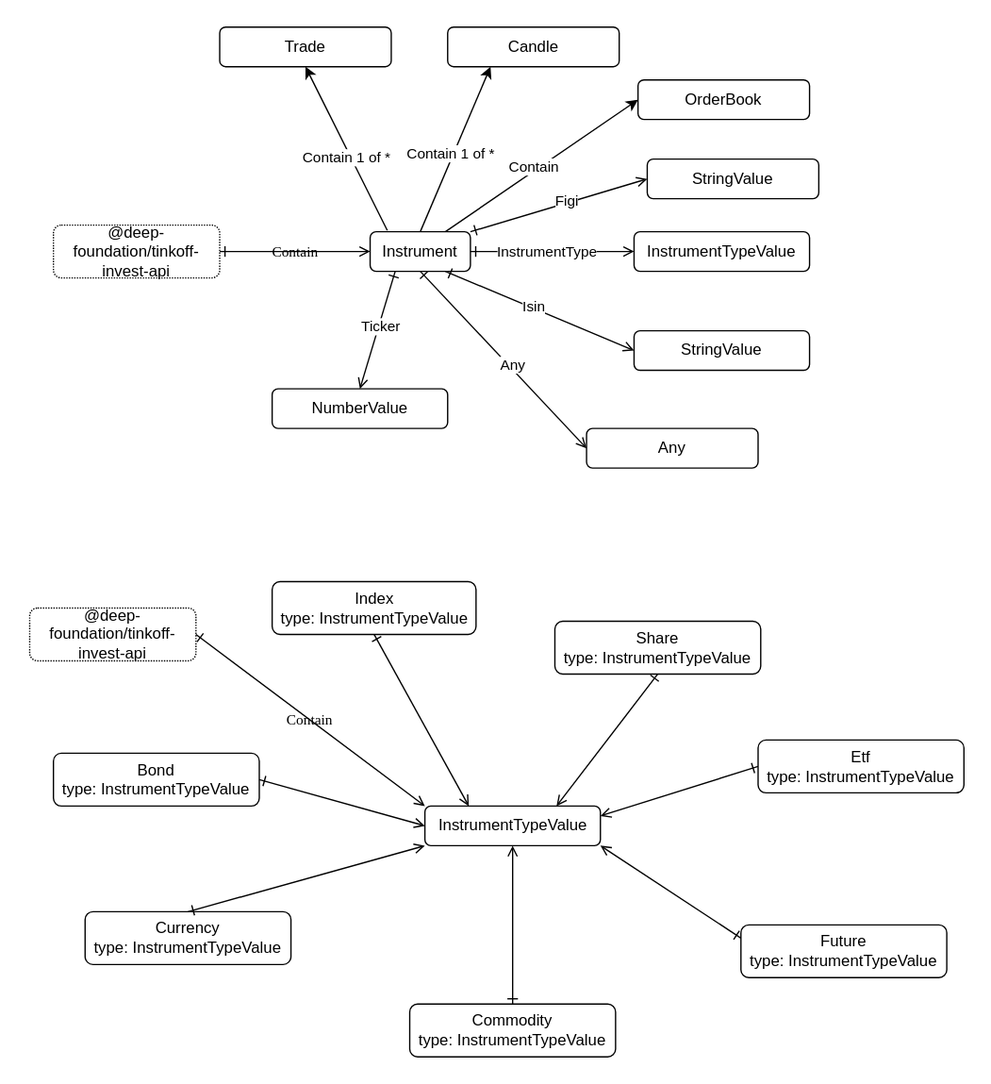
Above: src/instrument/Instrument.drawio.svg in suenot/deep-tinkoff-invest-api (draw.io), before the change. Source tidied: cells renumbered, new cells last; positions are measured from the earlier drawing's top-left corner, leaving out a move shared by most shapes.
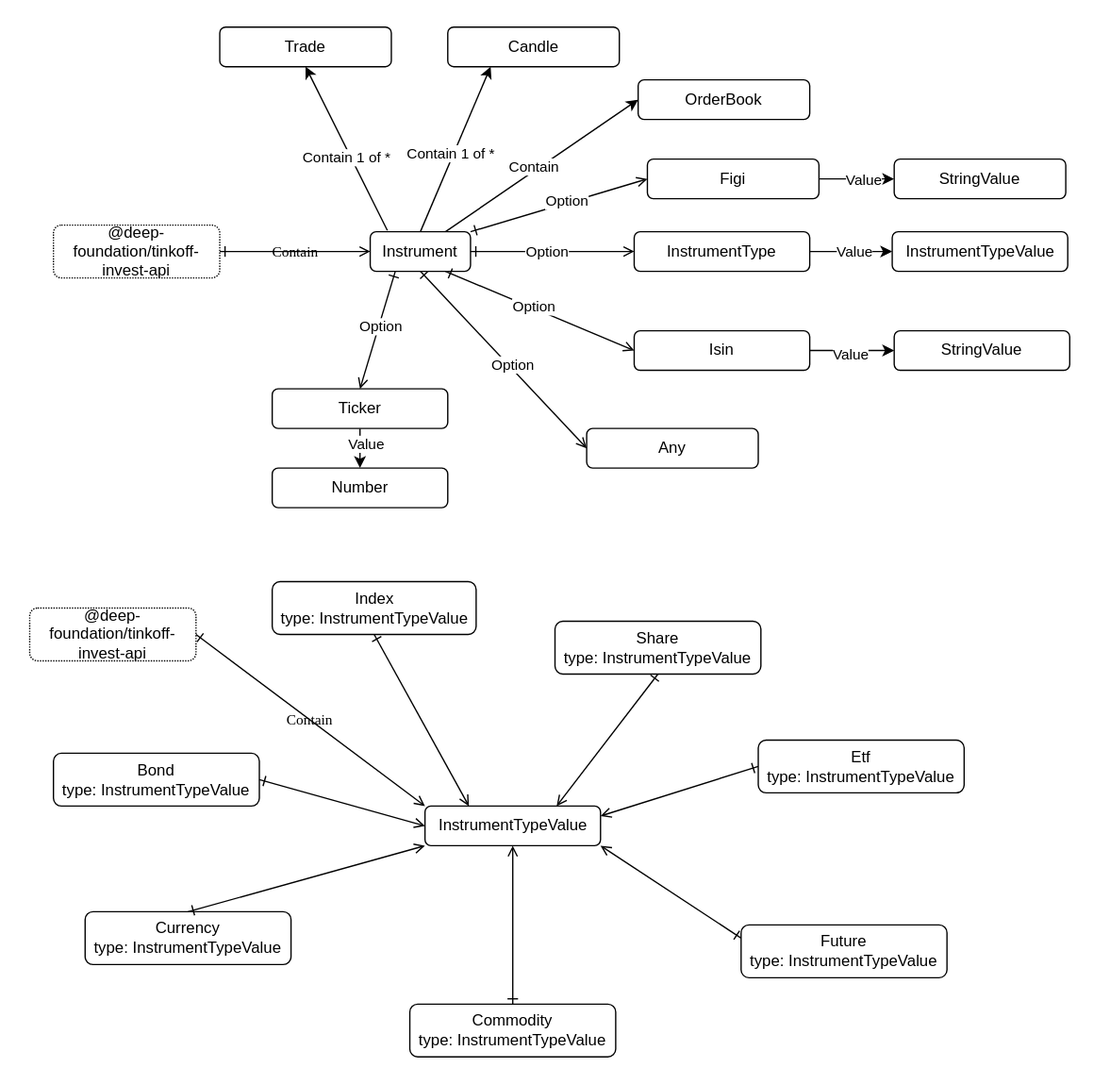
After the change.

The edit, as a diff of the source:
```diff
@@ -3,12 +3,12 @@
     <mxCell id="0" />
     <mxCell id="1" parent="0" />
     <mxCell id="2" style="rounded=0;whiteSpace=wrap;html=1;strokeColor=none;" parent="1" vertex="1">
-      <mxGeometry width="750" height="820" as="geometry" />
+      <mxGeometry width="840" height="820" as="geometry" />
     </mxCell>
     <mxCell id="3" style="edgeStyle=none;html=1;exitX=1;exitY=0;exitDx=0;exitDy=0;entryX=0;entryY=0.5;entryDx=0;entryDy=0;startArrow=ERone;startFill=0;endArrow=open;endFill=0;" parent="1" edge="1" source="7" target="8">
       <mxGeometry relative="1" as="geometry" />
     </mxCell>
-    <mxCell id="4" value="Figi" style="edgeLabel;html=1;align=center;verticalAlign=middle;" parent="3" vertex="1">
+    <mxCell id="4" value="Option" style="edgeLabel;html=1;align=center;verticalAlign=middle;" parent="3" vertex="1">
       <mxGeometry x="0.08" y="2" relative="1" as="geometry" />
     </mxCell>
     <mxCell id="5" style="edgeStyle=none;html=1;exitX=0.75;exitY=0;exitDx=0;exitDy=0;entryX=0;entryY=0.5;entryDx=0;entryDy=0;" parent="1" edge="1" source="7" target="40">
@@ -22,7 +22,13 @@
     <mxCell id="7" value="Instrument" style="rounded=1;whiteSpace=wrap;html=1;labelBackgroundColor=none;" parent="1" vertex="1">
       <mxGeometry x="280" y="175" width="76" height="30" as="geometry" />
     </mxCell>
+    <mxCell id="47" style="edgeStyle=none;html=1;exitX=1;exitY=0.5;exitDx=0;exitDy=0;entryX=0;entryY=0.5;entryDx=0;entryDy=0;" parent="1" edge="1" source="8" target="55">
+      <mxGeometry relative="1" as="geometry" />
+    </mxCell>
+    <mxCell id="48" value="Value" style="edgeLabel;html=1;align=center;verticalAlign=middle;" parent="47" vertex="1">
+      <mxGeometry x="0.16" relative="1" as="geometry" />
+    </mxCell>
-    <mxCell id="8" value="StringValue" style="rounded=1;whiteSpace=wrap;html=1;labelBackgroundColor=none;" parent="1" vertex="1">
+    <mxCell id="8" value="Figi" style="rounded=1;whiteSpace=wrap;html=1;labelBackgroundColor=none;" parent="1" vertex="1">
       <mxGeometry x="490" y="120" width="130" height="30" as="geometry" />
     </mxCell>
     <mxCell id="9" value="@deep-foundation/tinkoff-invest-api" style="rounded=1;whiteSpace=wrap;html=1;labelBackgroundColor=none;dashed=1;dashPattern=1 1;" parent="1" vertex="1">
@@ -61,28 +67,46 @@
     <mxCell id="20" style="edgeStyle=none;html=1;exitX=1;exitY=0.5;exitDx=0;exitDy=0;startArrow=ERone;startFill=0;entryX=0;entryY=0.5;entryDx=0;entryDy=0;endArrow=open;endFill=0;" parent="1" edge="1" source="7" target="22">
       <mxGeometry relative="1" as="geometry" />
     </mxCell>
-    <mxCell id="21" value="InstrumentType" style="edgeLabel;html=1;align=center;verticalAlign=middle;" parent="20" vertex="1">
+    <mxCell id="21" value="Option" style="edgeLabel;html=1;align=center;verticalAlign=middle;" parent="20" vertex="1">
       <mxGeometry x="-0.07" y="1" relative="1" as="geometry" />
     </mxCell>
+    <mxCell id="49" style="edgeStyle=none;html=1;exitX=1;exitY=0.5;exitDx=0;exitDy=0;entryX=0;entryY=0.5;entryDx=0;entryDy=0;" parent="1" edge="1" source="22" target="57">
+      <mxGeometry relative="1" as="geometry" />
+    </mxCell>
+    <mxCell id="50" value="Value" style="edgeLabel;html=1;align=center;verticalAlign=middle;" parent="49" vertex="1">
+      <mxGeometry x="0.06" y="1" relative="1" as="geometry" />
+    </mxCell>
-    <mxCell id="22" value="InstrumentTypeValue" style="rounded=1;whiteSpace=wrap;html=1;labelBackgroundColor=none;" parent="1" vertex="1">
+    <mxCell id="22" value="InstrumentType" style="rounded=1;whiteSpace=wrap;html=1;labelBackgroundColor=none;" parent="1" vertex="1">
       <mxGeometry x="480" y="175" width="133" height="30" as="geometry" />
     </mxCell>
+    <mxCell id="51" style="edgeStyle=none;html=1;exitX=0.5;exitY=1;exitDx=0;exitDy=0;entryX=0.5;entryY=0;entryDx=0;entryDy=0;" parent="1" edge="1" source="23" target="58">
+      <mxGeometry relative="1" as="geometry" />
+    </mxCell>
+    <mxCell id="52" value="Value" style="edgeLabel;html=1;align=center;verticalAlign=middle;" parent="51" vertex="1">
+      <mxGeometry x="-0.27" y="4" relative="1" as="geometry" />
+    </mxCell>
-    <mxCell id="23" value="NumberValue" style="rounded=1;whiteSpace=wrap;html=1;labelBackgroundColor=none;" parent="1" vertex="1">
+    <mxCell id="23" value="Ticker" style="rounded=1;whiteSpace=wrap;html=1;labelBackgroundColor=none;" parent="1" vertex="1">
       <mxGeometry x="205.8" y="294" width="133" height="30" as="geometry" />
     </mxCell>
     <mxCell id="24" style="edgeStyle=none;html=1;exitX=0.25;exitY=1;exitDx=0;exitDy=0;startArrow=ERone;startFill=0;entryX=0.5;entryY=0;entryDx=0;entryDy=0;endArrow=open;endFill=0;" parent="1" edge="1" source="7" target="23">
       <mxGeometry relative="1" as="geometry" />
     </mxCell>
-    <mxCell id="25" value="Ticker" style="edgeLabel;html=1;align=center;verticalAlign=middle;" parent="24" vertex="1">
+    <mxCell id="25" value="Option" style="edgeLabel;html=1;align=center;verticalAlign=middle;" parent="24" vertex="1">
       <mxGeometry x="-0.07" y="1" relative="1" as="geometry" />
     </mxCell>
+    <mxCell id="53" style="edgeStyle=none;html=1;exitX=1;exitY=0.5;exitDx=0;exitDy=0;entryX=0;entryY=0.5;entryDx=0;entryDy=0;" parent="1" edge="1" source="26" target="56">
+      <mxGeometry relative="1" as="geometry" />
+    </mxCell>
+    <mxCell id="54" value="Value" style="edgeLabel;html=1;align=center;verticalAlign=middle;" parent="53" vertex="1">
+      <mxGeometry x="-0.06" y="-2" relative="1" as="geometry" />
+    </mxCell>
-    <mxCell id="26" value="StringValue" style="rounded=1;whiteSpace=wrap;html=1;labelBackgroundColor=none;" parent="1" vertex="1">
+    <mxCell id="26" value="Isin" style="rounded=1;whiteSpace=wrap;html=1;labelBackgroundColor=none;" parent="1" vertex="1">
       <mxGeometry x="480" y="250" width="133" height="30" as="geometry" />
     </mxCell>
     <mxCell id="27" style="edgeStyle=none;html=1;exitX=0.75;exitY=1;exitDx=0;exitDy=0;startArrow=ERone;startFill=0;entryX=0;entryY=0.5;entryDx=0;entryDy=0;endArrow=open;endFill=0;" parent="1" edge="1" source="7" target="26">
       <mxGeometry relative="1" as="geometry" />
     </mxCell>
-    <mxCell id="28" value="Isin" style="edgeLabel;html=1;align=center;verticalAlign=middle;" parent="27" vertex="1">
+    <mxCell id="28" value="Option" style="edgeLabel;html=1;align=center;verticalAlign=middle;" parent="27" vertex="1">
       <mxGeometry x="-0.07" y="1" relative="1" as="geometry" />
     </mxCell>
     <mxCell id="29" style="edgeStyle=none;html=1;entryX=0.5;entryY=1;entryDx=0;entryDy=0;startArrow=ERone;startFill=0;endArrow=open;endFill=0;exitX=0.5;exitY=0;exitDx=0;exitDy=0;strokeColor=#000000;" parent="1" edge="1" source="16" target="12">
@@ -106,7 +130,7 @@
     <mxCell id="35" style="edgeStyle=none;html=1;exitX=0.5;exitY=1;exitDx=0;exitDy=0;startArrow=ERone;startFill=0;endArrow=open;endFill=0;entryX=0;entryY=0.5;entryDx=0;entryDy=0;" parent="1" edge="1" source="7" target="37">
       <mxGeometry relative="1" as="geometry" />
     </mxCell>
-    <mxCell id="36" value="Any" style="edgeLabel;html=1;align=center;verticalAlign=middle;" parent="35" vertex="1">
+    <mxCell id="36" value="Option" style="edgeLabel;html=1;align=center;verticalAlign=middle;" parent="35" vertex="1">
       <mxGeometry x="0.08" y="2" relative="1" as="geometry" />
     </mxCell>
     <mxCell id="37" value="Any" style="rounded=1;whiteSpace=wrap;html=1;labelBackgroundColor=none;" parent="1" vertex="1">
@@ -143,5 +167,17 @@
         <mxPoint x="1" as="offset" />
       </mxGeometry>
     </mxCell>
+    <mxCell id="55" value="StringValue" style="rounded=1;whiteSpace=wrap;html=1;labelBackgroundColor=none;" parent="1" vertex="1">
+      <mxGeometry x="677" y="120" width="130" height="30" as="geometry" />
+    </mxCell>
+    <mxCell id="56" value="StringValue" style="rounded=1;whiteSpace=wrap;html=1;labelBackgroundColor=none;" parent="1" vertex="1">
+      <mxGeometry x="677" y="250" width="133" height="30" as="geometry" />
+    </mxCell>
+    <mxCell id="57" value="InstrumentTypeValue" style="rounded=1;whiteSpace=wrap;html=1;labelBackgroundColor=none;" parent="1" vertex="1">
+      <mxGeometry x="675.5" y="175" width="133" height="30" as="geometry" />
+    </mxCell>
+    <mxCell id="58" value="Number" style="rounded=1;whiteSpace=wrap;html=1;labelBackgroundColor=none;" parent="1" vertex="1">
+      <mxGeometry x="205.8" y="354" width="133" height="30" as="geometry" />
+    </mxCell>
   </root>
 </mxGraphModel>
```
